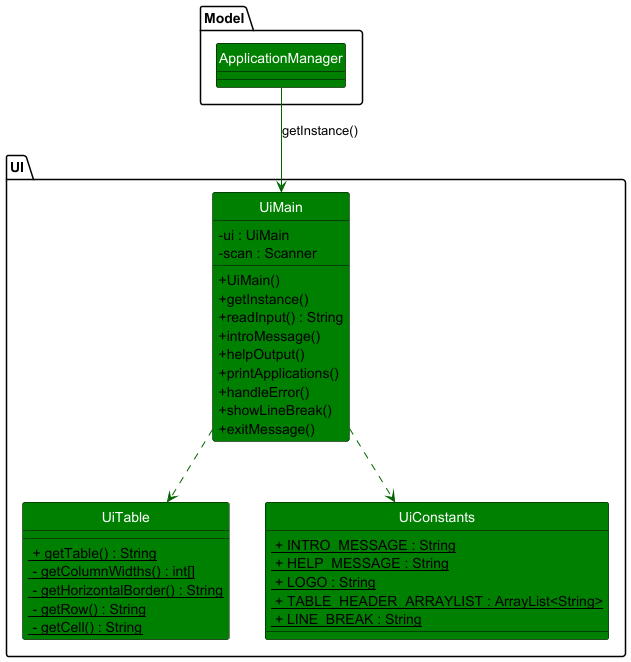
irfandeen/tp keeps this PlantUML diagram as docs/diagrams/class-diagrams/UI.png. Above is the earlier version.
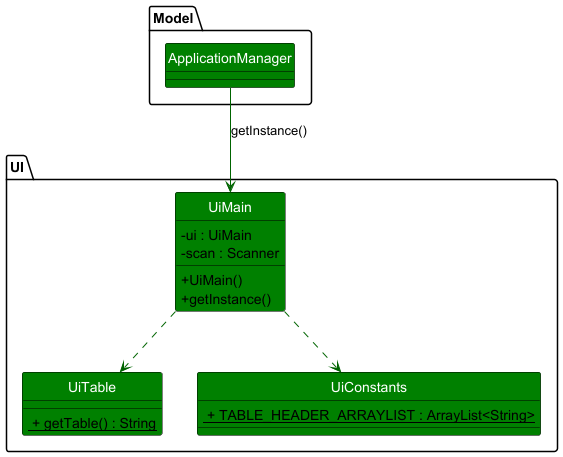
Later version of the same file.

Commit message:
update UI class diagram

What changed in the source:
```diff
@@ -18,28 +18,12 @@
 
         + UiMain()
         + getInstance()
-        + readInput() : String
-        + introMessage()
-        + helpOutput()
-        + printApplications()
-        + handleError()
-        + showLineBreak()
-        + exitMessage()
     }
     class UiTable {
         <u> + getTable() : String
-        <u> - getColumnWidths() : int[]
-        <u> - getHorizontalBorder() : String
-        <u> - getRow() : String
-        <u> - getCell() : String
-
     }
     class UiConstants {
-        <u> + INTRO_MESSAGE : String
-        <u> + HELP_MESSAGE : String
-        <u> + LOGO : String
         <u> + TABLE_HEADER_ARRAYLIST : ArrayList<String>
-        <u> + LINE_BREAK : String
     }
 }
 
```
